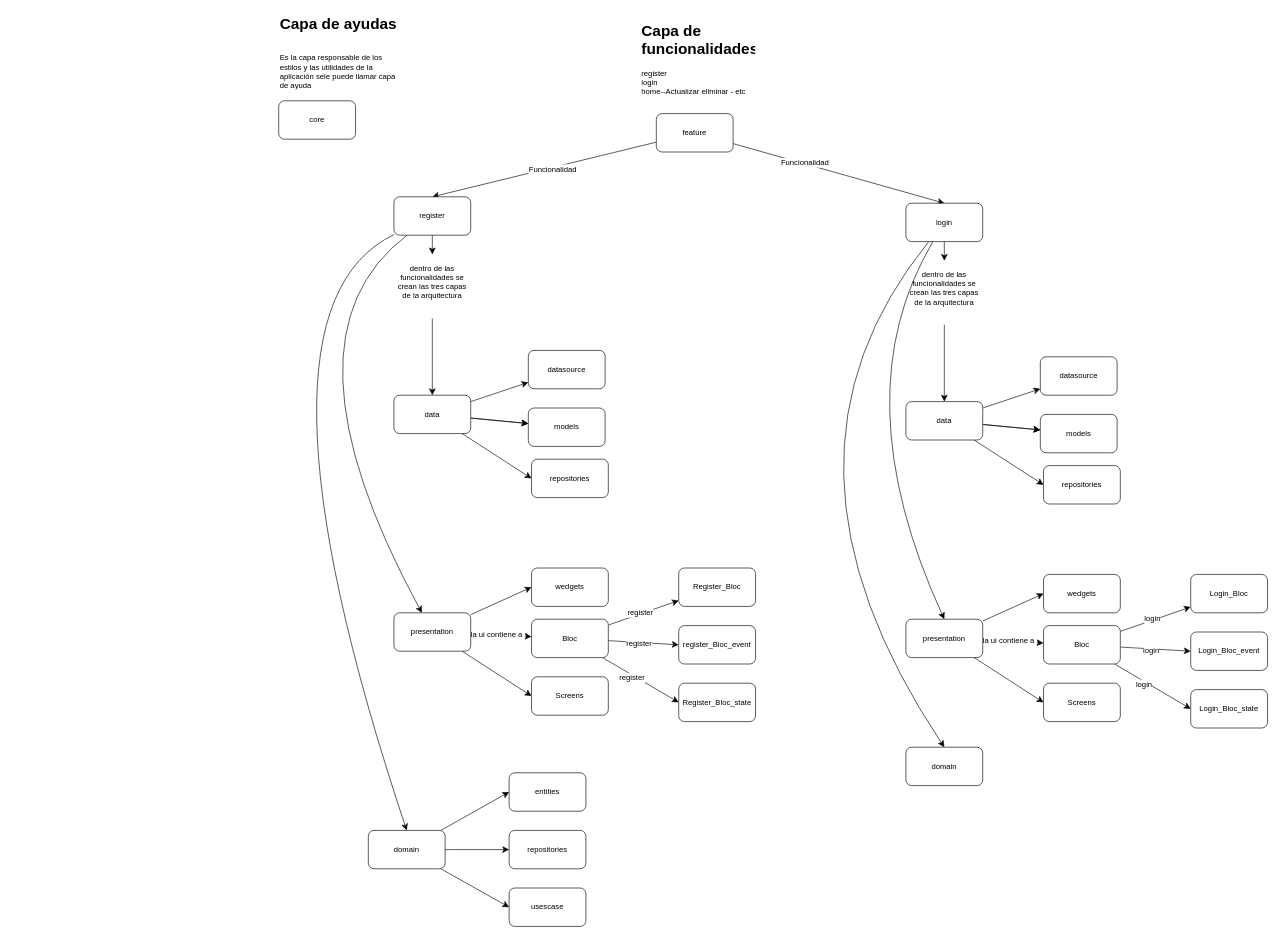
EstebanGitPro/Digramas keeps this draw.io diagram as Diagrama_bloc_ClnArquiteture_Flutter.drawio. Above is the earlier version. Source tidied: cells renumbered, new cells numbered last; positions are measured from the earlier drawing's top-left corner, leaving out a move shared by most shapes. Both pictures are drawn from the tidied source at 64%, with x=0, y=0 at pixel (234, 11).
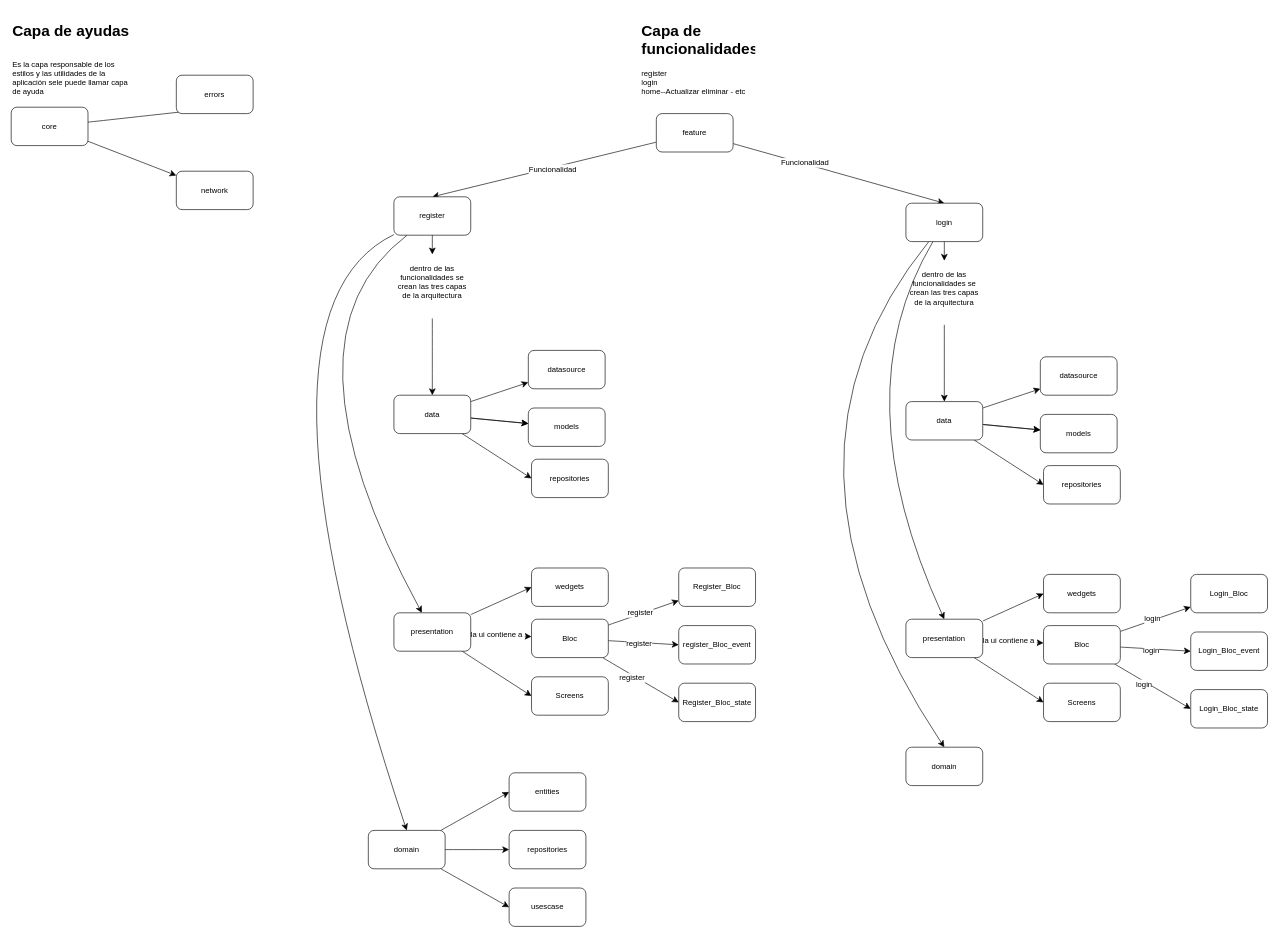
The same page after the edit.

The edit, as a diff of the source:
```diff
@@
+    <mxCell id="80" style="edgeStyle=none;curved=1;rounded=0;jettySize=auto;html=1;fontSize=12;startSize=8;endSize=8;" parent="1" edge="1" source="2" target="82">
+      <mxGeometry relative="1" as="geometry" />
+    </mxCell>
+    <mxCell id="81" style="edgeStyle=none;curved=1;rounded=0;jettySize=auto;html=1;entryX=1;entryY=0.75;entryDx=0;entryDy=0;fontSize=12;startSize=8;endSize=8;" parent="1" edge="1" source="2" target="83">
+      <mxGeometry relative="1" as="geometry" />
+    </mxCell>
     <mxCell id="2" value="core" style="rounded=1;whiteSpace=wrap;html=1;" parent="1" vertex="1">
-      <mxGeometry x="70" y="140" width="120" height="60" as="geometry" />
+      <mxGeometry x="-348" y="150" width="120" height="60" as="geometry" />
     </mxCell>
@@
     <mxCell id="9" value="&lt;h1 style=&quot;margin-top: 0px;&quot;&gt;Capa de ayudas&lt;/h1&gt;&lt;div&gt;&lt;br&gt;&lt;/div&gt;&lt;div&gt;&lt;span style=&quot;text-align: center;&quot;&gt;Es la capa responsable de los estilos y las utilidades de la aplicación sele puede llamar capa de ayuda&lt;/span&gt;&lt;/div&gt;" style="text;html=1;whiteSpace=wrap;overflow=hidden;rounded=0;" parent="1" vertex="1">
-      <mxGeometry x="70" width="190" height="120" as="geometry" />
+      <mxGeometry x="-348" y="10" width="190" height="120" as="geometry" />
     </mxCell>
@@
+    <mxCell id="82" value="network" style="rounded=1;whiteSpace=wrap;html=1;" parent="1" vertex="1">
+      <mxGeometry x="-90" y="250" width="120" height="60" as="geometry" />
+    </mxCell>
+    <mxCell id="83" value="errors" style="rounded=1;whiteSpace=wrap;html=1;" parent="1" vertex="1">
+      <mxGeometry x="-90" y="100" width="120" height="60" as="geometry" />
+    </mxCell>
```
